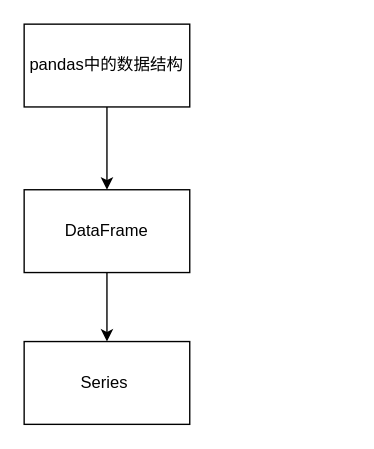
The draw.io diagram 数据处理/pandas.drawio in sunzx97/diagram, before the edit. Source tidied: cells renumbered, new cells numbered last; positions are measured from the earlier drawing's top-left corner, leaving out a move shared by most shapes. Both pictures are drawn from the tidied source at 138%, with x=0, y=0 at pixel (23, 23).
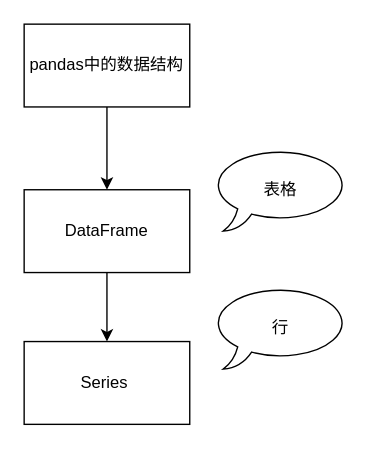
The same diagram, later.

Diff of the diagram source:
```diff
@@
 <mxGraphModel>
   <root>
     <mxCell id="0" />
     <mxCell id="1" parent="0" />
     <mxCell id="2" style="edgeStyle=orthogonalEdgeStyle;rounded=0;jettySize=auto;html=1;exitX=0.5;exitY=1;exitDx=0;exitDy=0;entryX=0.5;entryY=0;entryDx=0;entryDy=0;" parent="1" edge="1" source="3" target="5">
       <mxGeometry relative="1" as="geometry" />
     </mxCell>
     <mxCell id="3" value="pandas中的数据结构" style="rounded=0;whiteSpace=wrap;html=1;" parent="1" vertex="1">
       <mxGeometry width="120" height="60" as="geometry" />
     </mxCell>
     <mxCell id="4" style="edgeStyle=orthogonalEdgeStyle;rounded=0;jettySize=auto;html=1;exitX=0.5;exitY=1;exitDx=0;exitDy=0;entryX=0.5;entryY=0;entryDx=0;entryDy=0;" parent="1" edge="1" source="5" target="6">
       <mxGeometry relative="1" as="geometry" />
     </mxCell>
     <mxCell id="5" value="&lt;span style=&quot;text-align: left;&quot;&gt;DataFrame&lt;/span&gt;" style="rounded=0;whiteSpace=wrap;html=1;" parent="1" vertex="1">
       <mxGeometry y="120" width="120" height="60" as="geometry" />
     </mxCell>
     <mxCell id="6" value="Series&amp;nbsp;" style="rounded=0;whiteSpace=wrap;html=1;" parent="1" vertex="1">
       <mxGeometry y="230" width="120" height="60" as="geometry" />
     </mxCell>
+    <mxCell id="7" value="表格" style="whiteSpace=wrap;html=1;shape=mxgraph.basic.oval_callout;" parent="1" vertex="1">
+      <mxGeometry x="136" y="90" width="100" height="60" as="geometry" />
+    </mxCell>
+    <mxCell id="8" value="行" style="whiteSpace=wrap;html=1;shape=mxgraph.basic.oval_callout;" parent="1" vertex="1">
+      <mxGeometry x="136" y="190" width="100" height="60" as="geometry" />
+    </mxCell>
   </root>
 </mxGraphModel>
```
